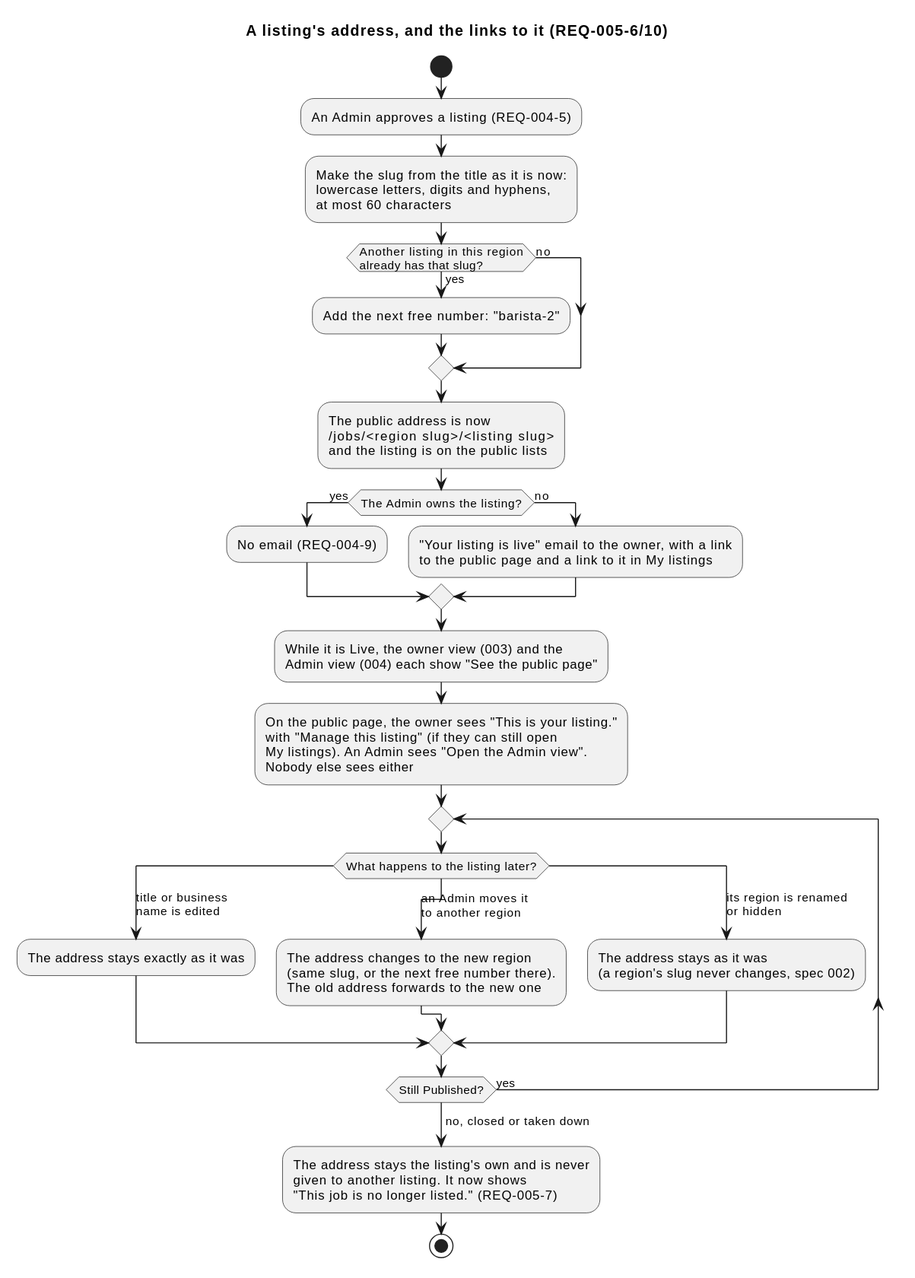
The PlantUML diagram docs/specs/005-public-browse-search/diagrams/activity-address-and-links.svg in raseniero/jairojobs-elixir, before a commit.
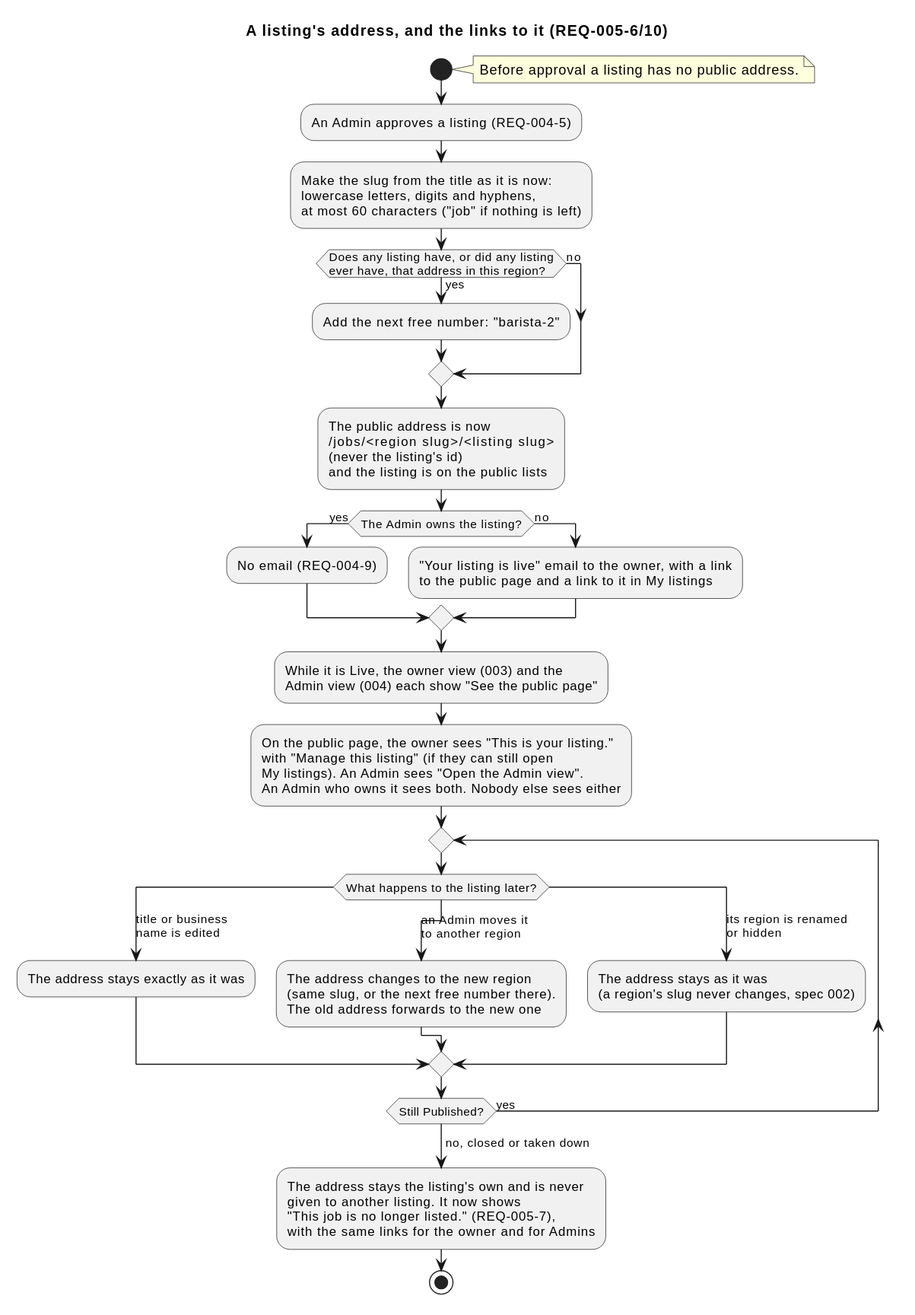
After the change.

Diff of the diagram source:
```diff
@@ -2,16 +2,20 @@
 title A listing's address, and the links to it (REQ-005-6/10)
 
 start
+note right
+  Before approval a listing has no public address.
+end note
 :An Admin approves a listing (REQ-004-5);
 :Make the slug from the title as it is now:
 lowercase letters, digits and hyphens,
-at most 60 characters;
-if (Another listing in this region\nalready has that slug?) then (yes)
+at most 60 characters ("job" if nothing is left);
+if (Does any listing have, or did any listing\never have, that address in this region?) then (yes)
   :Add the next free number: "barista-2";
 else (no)
 endif
 :The public address is now
 /jobs/<region slug>/<listing slug>
+(never the listing's id)
 and the listing is on the public lists;
 if (The Admin owns the listing?) then (yes)
   :No email (REQ-004-9);
@@ -24,7 +28,7 @@
 :On the public page, the owner sees "This is your listing."
 with "Manage this listing" (if they can still open
 My listings). An Admin sees "Open the Admin view".
-Nobody else sees either;
+An Admin who owns it sees both. Nobody else sees either;
 repeat
   switch (What happens to the listing later?)
   case (title or business\nname is edited)
@@ -41,6 +45,7 @@
 ->no, closed or taken down;
 :The address stays the listing's own and is never
 given to another listing. It now shows
-"This job is no longer listed." (REQ-005-7);
+"This job is no longer listed." (REQ-005-7),
+with the same links for the owner and for Admins;
 stop
 @enduml
```
